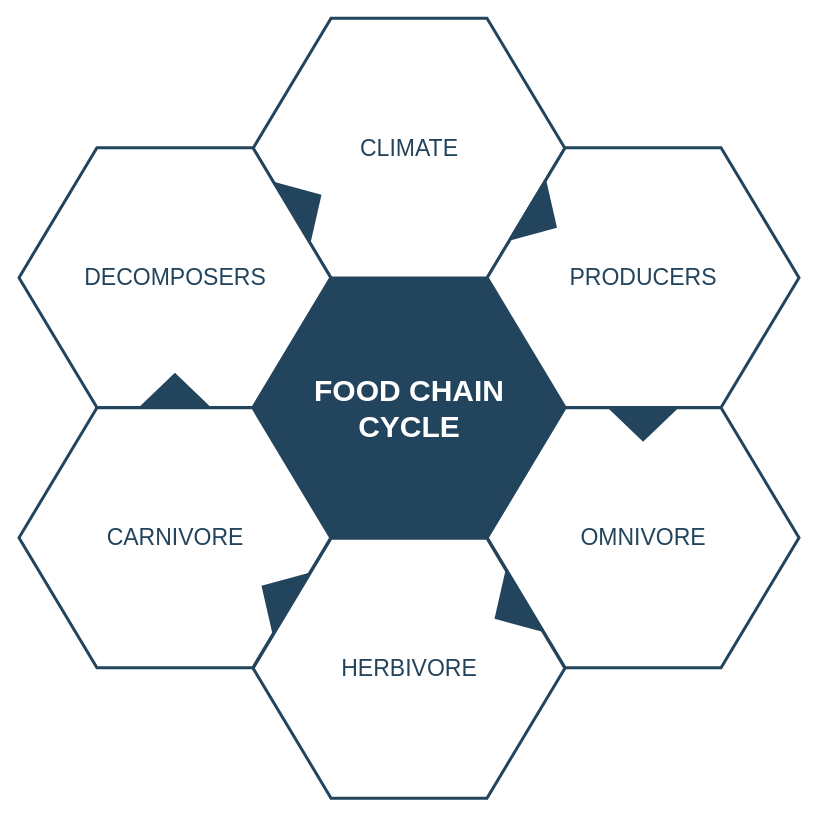
The draw.io diagram Untitled Diagram.drawio in NatPopstar/nw-telegram-bot, before the edit. Source tidied: cells renumbered, new cells numbered last; positions are measured from the earlier drawing's top-left corner, leaving out a move shared by most shapes. Both pictures are drawn from the tidied source at 100%, with x=0, y=0 at pixel (18, 18).
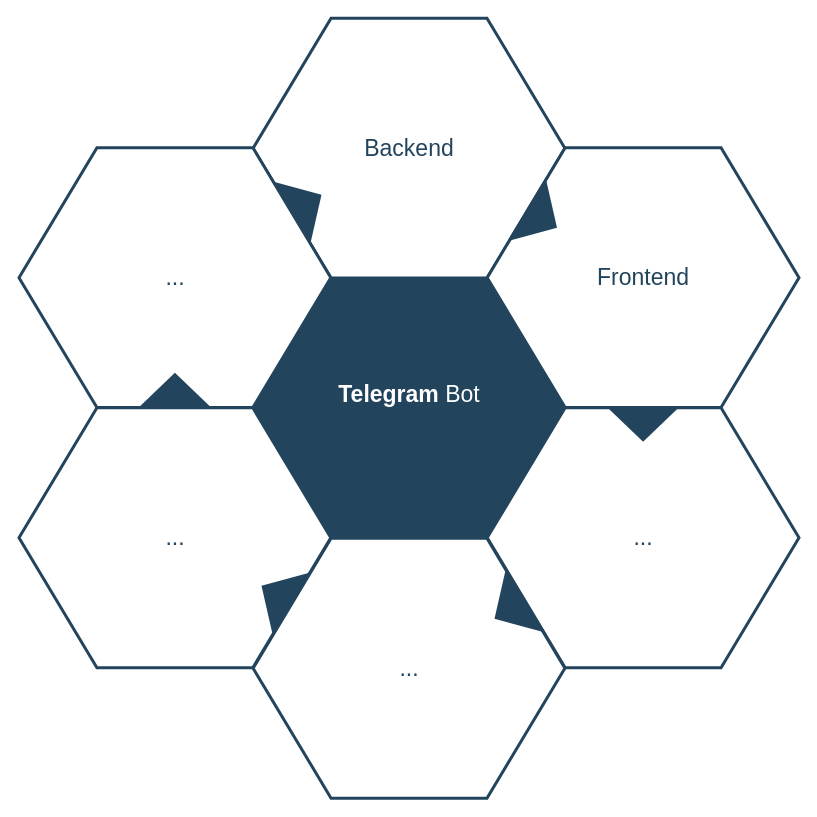
Above is the later version.

Diff of the diagram source:
```diff
@@
 <mxGraphModel background="#ffffff">
   <root>
     <mxCell id="0" />
     <mxCell id="1" parent="0" />
-    <mxCell id="2" value="&lt;font style=&quot;font-size: 30px&quot; color=&quot;#ffffff&quot;&gt;&lt;b&gt;&lt;span&gt;FOOD CHAIN&lt;/span&gt;&lt;br&gt;&lt;span&gt;CYCLE&lt;/span&gt;&lt;/b&gt;&lt;/font&gt;&lt;br&gt;" style="shape=hexagon;perimeter=hexagonPerimeter2;whiteSpace=wrap;html=1;shadow=0;labelBackgroundColor=none;strokeColor=#23445D;fillColor=#23445D;gradientColor=none;fontFamily=Helvetica;fontSize=23;fontColor=#23445d;align=center;strokeWidth=3;" parent="1" vertex="1">
+    <mxCell id="2" value="&lt;div&gt;&lt;font color=&quot;#FFFFFF&quot;&gt;&lt;b&gt;Telegram &lt;/b&gt;Bot&lt;/font&gt;&lt;/div&gt;&lt;div&gt;&lt;br&gt;&lt;/div&gt;" style="shape=hexagon;perimeter=hexagonPerimeter2;whiteSpace=wrap;html=1;shadow=0;labelBackgroundColor=none;strokeColor=#23445D;fillColor=#23445D;gradientColor=none;fontFamily=Helvetica;fontSize=23;fontColor=#23445d;align=center;strokeWidth=3;" parent="1" vertex="1">
       <mxGeometry x="234.6" y="259.8" width="311.8" height="259.9" as="geometry" />
     </mxCell>
     <mxCell id="3" style="triangle;whiteSpace=wrap;html=1;shadow=0;labelBackgroundColor=none;strokeColor=none;fillColor=#FFFFFF;fontFamily=Helvetica;fontSize=17;fontColor=#23445d;align=center;rotation=90;gradientColor=none;flipV=1;flipH=1;opacity=20;" parent="1" vertex="1">
       <mxGeometry x="115.5" y="277.7" width="72" height="152" as="geometry" />
     </mxCell>
-    <mxCell id="4" value="&lt;font style=&quot;font-size: 23px&quot;&gt;CLIMATE&lt;/font&gt;" style="shape=hexagon;perimeter=hexagonPerimeter2;whiteSpace=wrap;html=1;shadow=0;labelBackgroundColor=none;strokeColor=#23445D;fillColor=#ffffff;gradientColor=none;fontFamily=Helvetica;fontSize=23;fontColor=#23445D;align=center;strokeWidth=3;" parent="1" vertex="1">
+    <mxCell id="4" value="Backend" style="shape=hexagon;perimeter=hexagonPerimeter2;whiteSpace=wrap;html=1;shadow=0;labelBackgroundColor=none;strokeColor=#23445D;fillColor=#ffffff;gradientColor=none;fontFamily=Helvetica;fontSize=23;fontColor=#23445D;align=center;strokeWidth=3;" parent="1" vertex="1">
       <mxGeometry x="234.6" y="-0.3" width="311.8" height="259.9" as="geometry" />
     </mxCell>
-    <mxCell id="5" value="&lt;font style=&quot;font-size: 23px&quot;&gt;PRODUCERS&lt;/font&gt;" style="shape=hexagon;perimeter=hexagonPerimeter2;whiteSpace=wrap;html=1;shadow=0;labelBackgroundColor=none;strokeColor=#23445D;fillColor=#FFFFFF;gradientColor=none;fontFamily=Helvetica;fontSize=23;fontColor=#23445d;align=center;strokeWidth=3;" parent="1" vertex="1">
+    <mxCell id="5" value="Frontend" style="shape=hexagon;perimeter=hexagonPerimeter2;whiteSpace=wrap;html=1;shadow=0;labelBackgroundColor=none;strokeColor=#23445D;fillColor=#FFFFFF;gradientColor=none;fontFamily=Helvetica;fontSize=23;fontColor=#23445d;align=center;strokeWidth=3;" parent="1" vertex="1">
       <mxGeometry x="468.7" y="129.2" width="311.8" height="259.9" as="geometry" />
     </mxCell>
-    <mxCell id="6" value="&lt;font style=&quot;font-size: 23px&quot;&gt;OMNIVORE&lt;/font&gt;" style="shape=hexagon;perimeter=hexagonPerimeter2;whiteSpace=wrap;html=1;shadow=0;labelBackgroundColor=none;strokeColor=#23445D;fillColor=#FFFFFF;gradientColor=none;fontFamily=Helvetica;fontSize=23;fontColor=#23445d;align=center;strokeWidth=3;" parent="1" vertex="1">
+    <mxCell id="6" value="..." style="shape=hexagon;perimeter=hexagonPerimeter2;whiteSpace=wrap;html=1;shadow=0;labelBackgroundColor=none;strokeColor=#23445D;fillColor=#FFFFFF;gradientColor=none;fontFamily=Helvetica;fontSize=23;fontColor=#23445d;align=center;strokeWidth=3;" parent="1" vertex="1">
       <mxGeometry x="468.7" y="389.3" width="311.8" height="259.9" as="geometry" />
     </mxCell>
-    <mxCell id="7" value="&lt;font style=&quot;font-size: 23px&quot;&gt;HERBIVORE&lt;/font&gt;" style="shape=hexagon;perimeter=hexagonPerimeter2;whiteSpace=wrap;html=1;shadow=0;labelBackgroundColor=none;strokeColor=#23445D;fillColor=#FFFFFF;gradientColor=none;fontFamily=Helvetica;fontSize=23;fontColor=#23445d;align=center;strokeWidth=3;" parent="1" vertex="1">
+    <mxCell id="7" value="..." style="shape=hexagon;perimeter=hexagonPerimeter2;whiteSpace=wrap;html=1;shadow=0;labelBackgroundColor=none;strokeColor=#23445D;fillColor=#FFFFFF;gradientColor=none;fontFamily=Helvetica;fontSize=23;fontColor=#23445d;align=center;strokeWidth=3;" parent="1" vertex="1">
       <mxGeometry x="234.6" y="519.8" width="311.8" height="259.9" as="geometry" />
     </mxCell>
-    <mxCell id="8" value="&lt;font style=&quot;font-size: 23px&quot;&gt;CARNIVORE&lt;/font&gt;" style="shape=hexagon;perimeter=hexagonPerimeter2;whiteSpace=wrap;html=1;shadow=0;labelBackgroundColor=none;strokeColor=#23445D;fillColor=#FFFFFF;gradientColor=none;fontFamily=Helvetica;fontSize=23;fontColor=#23445d;align=center;strokeWidth=3;" parent="1" vertex="1">
+    <mxCell id="8" value="..." style="shape=hexagon;perimeter=hexagonPerimeter2;whiteSpace=wrap;html=1;shadow=0;labelBackgroundColor=none;strokeColor=#23445D;fillColor=#FFFFFF;gradientColor=none;fontFamily=Helvetica;fontSize=23;fontColor=#23445d;align=center;strokeWidth=3;" parent="1" vertex="1">
       <mxGeometry x="0.5" y="389.3" width="311.8" height="259.9" as="geometry" />
     </mxCell>
-    <mxCell id="9" value="&lt;font style=&quot;font-size: 23px;&quot;&gt;DECOMPOSERS&lt;/font&gt;" style="shape=hexagon;perimeter=hexagonPerimeter2;whiteSpace=wrap;html=1;shadow=0;labelBackgroundColor=none;strokeColor=#23445D;fillColor=#ffffff;gradientColor=none;fontFamily=Helvetica;fontSize=23;fontColor=#23445D;align=center;strokeWidth=3;" parent="1" vertex="1">
+    <mxCell id="9" value="..." style="shape=hexagon;perimeter=hexagonPerimeter2;whiteSpace=wrap;html=1;shadow=0;labelBackgroundColor=none;strokeColor=#23445D;fillColor=#ffffff;gradientColor=none;fontFamily=Helvetica;fontSize=23;fontColor=#23445D;align=center;strokeWidth=3;" parent="1" vertex="1">
       <mxGeometry x="0.5" y="129.2" width="311.8" height="259.9" as="geometry" />
     </mxCell>
     <mxCell id="10" style="triangle;whiteSpace=wrap;html=1;shadow=0;labelBackgroundColor=none;strokeColor=none;fillColor=#23445D;fontFamily=Helvetica;fontSize=17;fontColor=#23445d;align=center;rotation=31;gradientColor=none;strokeWidth=3;" parent="1" vertex="1">
       <mxGeometry x="506" y="163.7" width="35" height="73" as="geometry" />
     </mxCell>
     <mxCell id="11" style="triangle;whiteSpace=wrap;html=1;shadow=0;labelBackgroundColor=none;strokeColor=none;fillColor=#23445D;fontFamily=Helvetica;fontSize=17;fontColor=#23445d;align=center;rotation=31;gradientColor=none;flipH=1;strokeWidth=3;" parent="1" vertex="1">
       <mxGeometry x="240.5" y="539.7" width="35" height="73" as="geometry" />
     </mxCell>
     <mxCell id="12" style="triangle;whiteSpace=wrap;html=1;shadow=0;labelBackgroundColor=none;strokeColor=none;fillColor=#23445D;fontFamily=Helvetica;fontSize=17;fontColor=#23445d;align=center;rotation=329;gradientColor=none;strokeWidth=3;" parent="1" vertex="1">
       <mxGeometry x="270.5" y="148.7" width="35" height="73" as="geometry" />
     </mxCell>
     <mxCell id="13" style="triangle;whiteSpace=wrap;html=1;shadow=0;labelBackgroundColor=none;strokeColor=none;fillColor=#23445D;fontFamily=Helvetica;fontSize=17;fontColor=#23445d;align=center;rotation=329;gradientColor=none;flipH=1;strokeWidth=3;" parent="1" vertex="1">
       <mxGeometry x="473.5" y="554.7" width="35" height="73" as="geometry" />
     </mxCell>
     <mxCell id="14" style="triangle;whiteSpace=wrap;html=1;shadow=0;labelBackgroundColor=none;strokeColor=none;fillColor=#23445D;fontFamily=Helvetica;fontSize=17;fontColor=#23445d;align=center;rotation=90;gradientColor=none;strokeWidth=3;" parent="1" vertex="1">
       <mxGeometry x="607.1" y="369.2" width="35" height="73" as="geometry" />
     </mxCell>
     <mxCell id="15" style="triangle;whiteSpace=wrap;html=1;shadow=0;labelBackgroundColor=none;strokeColor=none;fillColor=#23445D;fontFamily=Helvetica;fontSize=17;fontColor=#23445d;align=center;rotation=90;gradientColor=none;flipH=1;strokeWidth=3;" parent="1" vertex="1">
       <mxGeometry x="138.9" y="335.2" width="35" height="73" as="geometry" />
     </mxCell>
   </root>
 </mxGraphModel>
```
